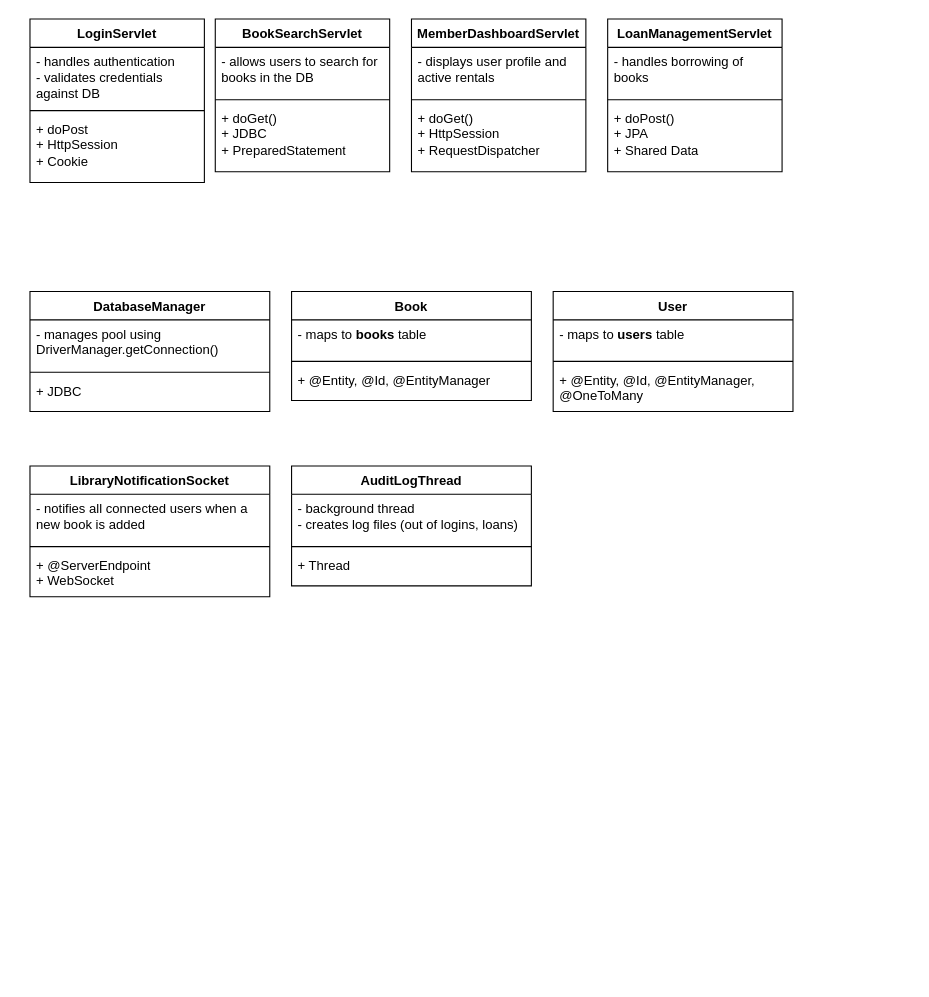
The draw.io diagram ProjectStructure.drawio in KubkoFrano/LibraryManagementSystem, before the edit. Source tidied: cells renumbered, new cells numbered last; positions are measured from the earlier drawing's top-left corner, leaving out a move shared by most shapes. Both pictures are drawn from the tidied source at 109%, with x=0, y=0 at pixel (29, 19).
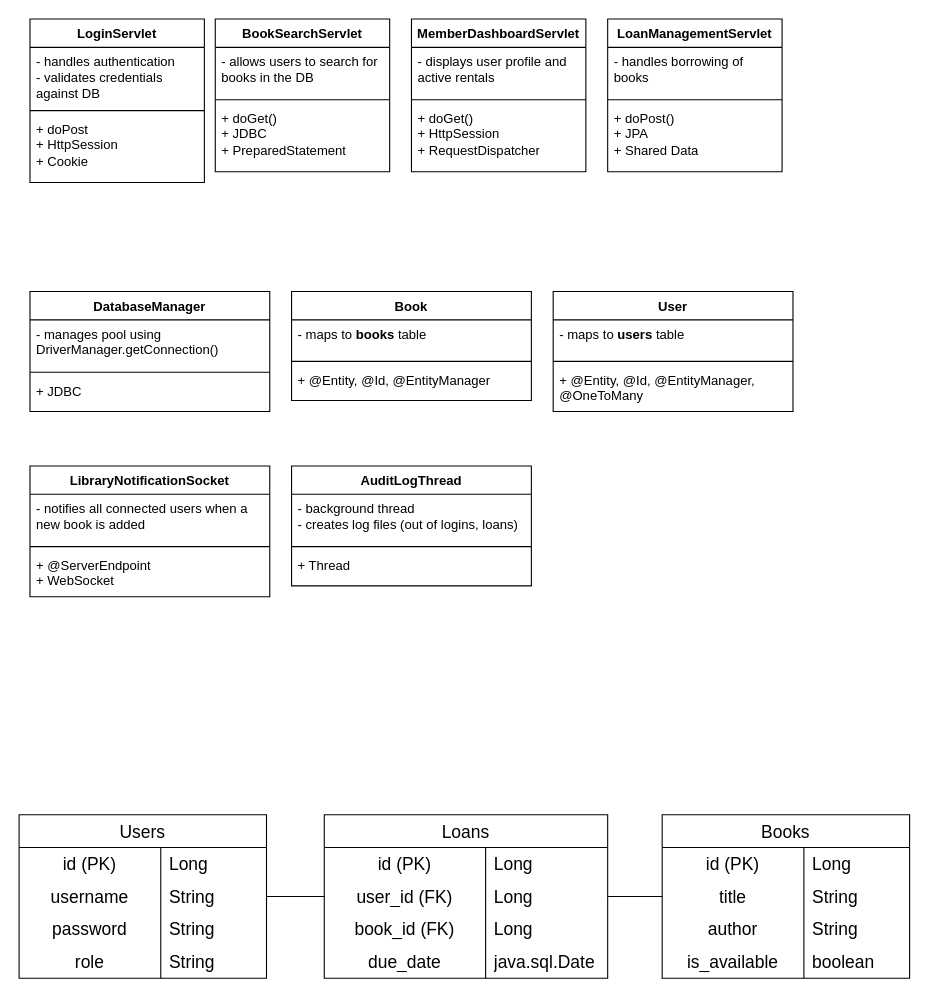
The same diagram, later.

Change to the diagram source:
```diff
@@
+    <mxCell id="38" value="Users" style="shape=table;startSize=30;childLayout=tableLayout;rowLines=0;fontStyle=0;strokeColor=default;fontSize=16;" parent="1" vertex="1">
+      <mxGeometry x="-10" y="730" width="227" height="150" as="geometry" />
+    </mxCell>
+    <mxCell id="39" style="shape=tableRow;horizontal=0;startSize=0;swimlaneHead=0;swimlaneBody=0;top=0;left=0;bottom=0;right=0;fillColor=none;strokeColor=inherit;fontSize=16;" parent="38" vertex="1">
+      <mxGeometry y="30" width="227" height="30" as="geometry" />
+    </mxCell>
+    <mxCell id="40" value="id (PK)" style="shape=partialRectangle;html=1;whiteSpace=wrap;fillColor=none;top=0;left=0;bottom=0;right=0;overflow=hidden;strokeColor=inherit;fontSize=16;" parent="39" vertex="1">
+      <mxGeometry width="130" height="30" as="geometry" />
+    </mxCell>
+    <mxCell id="41" value="Long" style="shape=partialRectangle;html=1;whiteSpace=wrap;fillColor=none;top=0;left=0;bottom=0;right=0;align=left;spacingLeft=6;overflow=hidden;strokeColor=inherit;fontSize=16;" parent="39" vertex="1">
+      <mxGeometry x="130" width="97" height="30" as="geometry" />
+    </mxCell>
+    <mxCell id="42" style="shape=tableRow;horizontal=0;startSize=0;swimlaneHead=0;swimlaneBody=0;top=0;left=0;bottom=0;right=0;fillColor=none;points=[[0,0.5],[1,0.5]];portConstraint=eastwest;strokeColor=inherit;fontSize=16;" parent="38" vertex="1">
+      <mxGeometry y="60" width="227" height="30" as="geometry" />
+    </mxCell>
+    <mxCell id="43" value="username" style="shape=partialRectangle;html=1;whiteSpace=wrap;fillColor=none;top=0;left=0;bottom=0;right=0;overflow=hidden;strokeColor=inherit;fontSize=16;" parent="42" vertex="1">
+      <mxGeometry width="130" height="30" as="geometry" />
+    </mxCell>
+    <mxCell id="44" value="String" style="shape=partialRectangle;html=1;whiteSpace=wrap;fillColor=none;top=0;left=0;bottom=0;right=0;align=left;spacingLeft=6;overflow=hidden;strokeColor=inherit;fontSize=16;" parent="42" vertex="1">
+      <mxGeometry x="130" width="97" height="30" as="geometry" />
+    </mxCell>
+    <mxCell id="45" style="shape=tableRow;horizontal=0;startSize=0;swimlaneHead=0;swimlaneBody=0;top=0;left=0;bottom=0;right=0;fillColor=none;strokeColor=inherit;fontSize=16;" parent="38" vertex="1">
+      <mxGeometry y="90" width="227" height="30" as="geometry" />
+    </mxCell>
+    <mxCell id="46" value="password" style="shape=partialRectangle;html=1;whiteSpace=wrap;fillColor=none;top=0;left=0;bottom=0;right=0;overflow=hidden;strokeColor=inherit;fontSize=16;" parent="45" vertex="1">
+      <mxGeometry width="130" height="30" as="geometry" />
+    </mxCell>
+    <mxCell id="47" value="String" style="shape=partialRectangle;html=1;whiteSpace=wrap;fillColor=none;top=0;left=0;bottom=0;right=0;align=left;spacingLeft=6;overflow=hidden;strokeColor=inherit;fontSize=16;" parent="45" vertex="1">
+      <mxGeometry x="130" width="97" height="30" as="geometry" />
+    </mxCell>
+    <mxCell id="48" style="shape=tableRow;horizontal=0;startSize=0;swimlaneHead=0;swimlaneBody=0;top=0;left=0;bottom=0;right=0;fillColor=none;strokeColor=inherit;fontSize=16;" parent="38" vertex="1">
+      <mxGeometry y="120" width="227" height="30" as="geometry" />
+    </mxCell>
+    <mxCell id="49" value="role" style="shape=partialRectangle;html=1;whiteSpace=wrap;fillColor=none;top=0;left=0;bottom=0;right=0;overflow=hidden;strokeColor=inherit;fontSize=16;" parent="48" vertex="1">
+      <mxGeometry width="130" height="30" as="geometry" />
+    </mxCell>
+    <mxCell id="50" value="String" style="shape=partialRectangle;html=1;whiteSpace=wrap;fillColor=none;top=0;left=0;bottom=0;right=0;align=left;spacingLeft=6;overflow=hidden;strokeColor=inherit;fontSize=16;" parent="48" vertex="1">
+      <mxGeometry x="130" width="97" height="30" as="geometry" />
+    </mxCell>
+    <mxCell id="51" value="Books" style="shape=table;startSize=30;childLayout=tableLayout;rowLines=0;fontStyle=0;strokeColor=default;fontSize=16;" parent="1" vertex="1">
+      <mxGeometry x="580" y="730" width="227" height="150" as="geometry" />
+    </mxCell>
+    <mxCell id="52" style="shape=tableRow;horizontal=0;startSize=0;swimlaneHead=0;swimlaneBody=0;top=0;left=0;bottom=0;right=0;fillColor=none;strokeColor=inherit;fontSize=16;" parent="51" vertex="1">
+      <mxGeometry y="30" width="227" height="30" as="geometry" />
+    </mxCell>
+    <mxCell id="53" value="id (PK)" style="shape=partialRectangle;html=1;whiteSpace=wrap;fillColor=none;top=0;left=0;bottom=0;right=0;overflow=hidden;strokeColor=inherit;fontSize=16;" parent="52" vertex="1">
+      <mxGeometry width="130" height="30" as="geometry" />
+    </mxCell>
+    <mxCell id="54" value="Long" style="shape=partialRectangle;html=1;whiteSpace=wrap;fillColor=none;top=0;left=0;bottom=0;right=0;align=left;spacingLeft=6;overflow=hidden;strokeColor=inherit;fontSize=16;" parent="52" vertex="1">
+      <mxGeometry x="130" width="97" height="30" as="geometry" />
+    </mxCell>
+    <mxCell id="55" style="shape=tableRow;horizontal=0;startSize=0;swimlaneHead=0;swimlaneBody=0;top=0;left=0;bottom=0;right=0;fillColor=none;points=[[0,0.5],[1,0.5]];portConstraint=eastwest;strokeColor=inherit;fontSize=16;" parent="51" vertex="1">
+      <mxGeometry y="60" width="227" height="30" as="geometry" />
+    </mxCell>
+    <mxCell id="56" value="title" style="shape=partialRectangle;html=1;whiteSpace=wrap;fillColor=none;top=0;left=0;bottom=0;right=0;overflow=hidden;strokeColor=inherit;fontSize=16;" parent="55" vertex="1">
+      <mxGeometry width="130" height="30" as="geometry" />
+    </mxCell>
+    <mxCell id="57" value="String" style="shape=partialRectangle;html=1;whiteSpace=wrap;fillColor=none;top=0;left=0;bottom=0;right=0;align=left;spacingLeft=6;overflow=hidden;strokeColor=inherit;fontSize=16;" parent="55" vertex="1">
+      <mxGeometry x="130" width="97" height="30" as="geometry" />
+    </mxCell>
+    <mxCell id="58" style="shape=tableRow;horizontal=0;startSize=0;swimlaneHead=0;swimlaneBody=0;top=0;left=0;bottom=0;right=0;fillColor=none;strokeColor=inherit;fontSize=16;" parent="51" vertex="1">
+      <mxGeometry y="90" width="227" height="30" as="geometry" />
+    </mxCell>
+    <mxCell id="59" value="author" style="shape=partialRectangle;html=1;whiteSpace=wrap;fillColor=none;top=0;left=0;bottom=0;right=0;overflow=hidden;strokeColor=inherit;fontSize=16;" parent="58" vertex="1">
+      <mxGeometry width="130" height="30" as="geometry" />
+    </mxCell>
+    <mxCell id="60" value="String" style="shape=partialRectangle;html=1;whiteSpace=wrap;fillColor=none;top=0;left=0;bottom=0;right=0;align=left;spacingLeft=6;overflow=hidden;strokeColor=inherit;fontSize=16;" parent="58" vertex="1">
+      <mxGeometry x="130" width="97" height="30" as="geometry" />
+    </mxCell>
+    <mxCell id="61" style="shape=tableRow;horizontal=0;startSize=0;swimlaneHead=0;swimlaneBody=0;top=0;left=0;bottom=0;right=0;fillColor=none;strokeColor=inherit;fontSize=16;" parent="51" vertex="1">
+      <mxGeometry y="120" width="227" height="30" as="geometry" />
+    </mxCell>
+    <mxCell id="62" value="is_available" style="shape=partialRectangle;html=1;whiteSpace=wrap;fillColor=none;top=0;left=0;bottom=0;right=0;overflow=hidden;strokeColor=inherit;fontSize=16;" parent="61" vertex="1">
+      <mxGeometry width="130" height="30" as="geometry" />
+    </mxCell>
+    <mxCell id="63" value="boolean" style="shape=partialRectangle;html=1;whiteSpace=wrap;fillColor=none;top=0;left=0;bottom=0;right=0;align=left;spacingLeft=6;overflow=hidden;strokeColor=inherit;fontSize=16;" parent="61" vertex="1">
+      <mxGeometry x="130" width="97" height="30" as="geometry" />
+    </mxCell>
+    <mxCell id="64" value="Loans" style="shape=table;startSize=30;childLayout=tableLayout;rowLines=0;fontStyle=0;strokeColor=default;fontSize=16;" parent="1" vertex="1">
+      <mxGeometry x="270" y="730" width="260" height="150" as="geometry" />
+    </mxCell>
+    <mxCell id="65" style="shape=tableRow;horizontal=0;startSize=0;swimlaneHead=0;swimlaneBody=0;top=0;left=0;bottom=0;right=0;fillColor=none;strokeColor=inherit;fontSize=16;" parent="64" vertex="1">
+      <mxGeometry y="30" width="260" height="30" as="geometry" />
+    </mxCell>
+    <mxCell id="66" value="id (PK)" style="shape=partialRectangle;html=1;whiteSpace=wrap;fillColor=none;top=0;left=0;bottom=0;right=0;overflow=hidden;strokeColor=inherit;fontSize=16;" parent="65" vertex="1">
+      <mxGeometry width="148" height="30" as="geometry" />
+    </mxCell>
+    <mxCell id="67" value="Long" style="shape=partialRectangle;html=1;whiteSpace=wrap;fillColor=none;top=0;left=0;bottom=0;right=0;align=left;spacingLeft=6;overflow=hidden;strokeColor=inherit;fontSize=16;" parent="65" vertex="1">
+      <mxGeometry x="148" width="112" height="30" as="geometry" />
+    </mxCell>
+    <mxCell id="68" style="shape=tableRow;horizontal=0;startSize=0;swimlaneHead=0;swimlaneBody=0;top=0;left=0;bottom=0;right=0;fillColor=none;points=[[0,0.5],[1,0.5]];portConstraint=eastwest;strokeColor=inherit;fontSize=16;" parent="64" vertex="1">
+      <mxGeometry y="60" width="260" height="30" as="geometry" />
+    </mxCell>
+    <mxCell id="69" value="user_id (FK)" style="shape=partialRectangle;html=1;whiteSpace=wrap;fillColor=none;top=0;left=0;bottom=0;right=0;overflow=hidden;strokeColor=inherit;fontSize=16;" parent="68" vertex="1">
+      <mxGeometry width="148" height="30" as="geometry" />
+    </mxCell>
+    <mxCell id="70" value="Long" style="shape=partialRectangle;html=1;whiteSpace=wrap;fillColor=none;top=0;left=0;bottom=0;right=0;align=left;spacingLeft=6;overflow=hidden;strokeColor=inherit;fontSize=16;" parent="68" vertex="1">
+      <mxGeometry x="148" width="112" height="30" as="geometry" />
+    </mxCell>
+    <mxCell id="71" style="shape=tableRow;horizontal=0;startSize=0;swimlaneHead=0;swimlaneBody=0;top=0;left=0;bottom=0;right=0;fillColor=none;strokeColor=inherit;fontSize=16;" parent="64" vertex="1">
+      <mxGeometry y="90" width="260" height="30" as="geometry" />
+    </mxCell>
+    <mxCell id="72" value="book_id (FK)" style="shape=partialRectangle;html=1;whiteSpace=wrap;fillColor=none;top=0;left=0;bottom=0;right=0;overflow=hidden;strokeColor=inherit;fontSize=16;" parent="71" vertex="1">
+      <mxGeometry width="148" height="30" as="geometry" />
+    </mxCell>
+    <mxCell id="73" value="Long" style="shape=partialRectangle;html=1;whiteSpace=wrap;fillColor=none;top=0;left=0;bottom=0;right=0;align=left;spacingLeft=6;overflow=hidden;strokeColor=inherit;fontSize=16;" parent="71" vertex="1">
+      <mxGeometry x="148" width="112" height="30" as="geometry" />
+    </mxCell>
+    <mxCell id="74" style="shape=tableRow;horizontal=0;startSize=0;swimlaneHead=0;swimlaneBody=0;top=0;left=0;bottom=0;right=0;fillColor=none;strokeColor=inherit;fontSize=16;" parent="64" vertex="1">
+      <mxGeometry y="120" width="260" height="30" as="geometry" />
+    </mxCell>
+    <mxCell id="75" value="due_date" style="shape=partialRectangle;html=1;whiteSpace=wrap;fillColor=none;top=0;left=0;bottom=0;right=0;overflow=hidden;strokeColor=inherit;fontSize=16;" parent="74" vertex="1">
+      <mxGeometry width="148" height="30" as="geometry" />
+    </mxCell>
+    <mxCell id="76" value="java.sql.Date" style="shape=partialRectangle;html=1;whiteSpace=wrap;fillColor=none;top=0;left=0;bottom=0;right=0;align=left;spacingLeft=6;overflow=hidden;strokeColor=inherit;fontSize=16;" parent="74" vertex="1">
+      <mxGeometry x="148" width="112" height="30" as="geometry" />
+    </mxCell>
+    <mxCell id="77" style="edgeStyle=orthogonalEdgeStyle;rounded=0;jettySize=auto;html=1;exitX=1;exitY=0.5;exitDx=0;exitDy=0;entryX=0;entryY=0.5;entryDx=0;entryDy=0;endArrow=none;endFill=0;" parent="1" edge="1" source="42" target="68">
+      <mxGeometry relative="1" as="geometry" />
+    </mxCell>
+    <mxCell id="78" style="edgeStyle=orthogonalEdgeStyle;rounded=0;jettySize=auto;html=1;exitX=1;exitY=0.5;exitDx=0;exitDy=0;entryX=0;entryY=0.5;entryDx=0;entryDy=0;endArrow=none;endFill=0;" parent="1" edge="1" source="68" target="55">
+      <mxGeometry relative="1" as="geometry" />
+    </mxCell>
```
